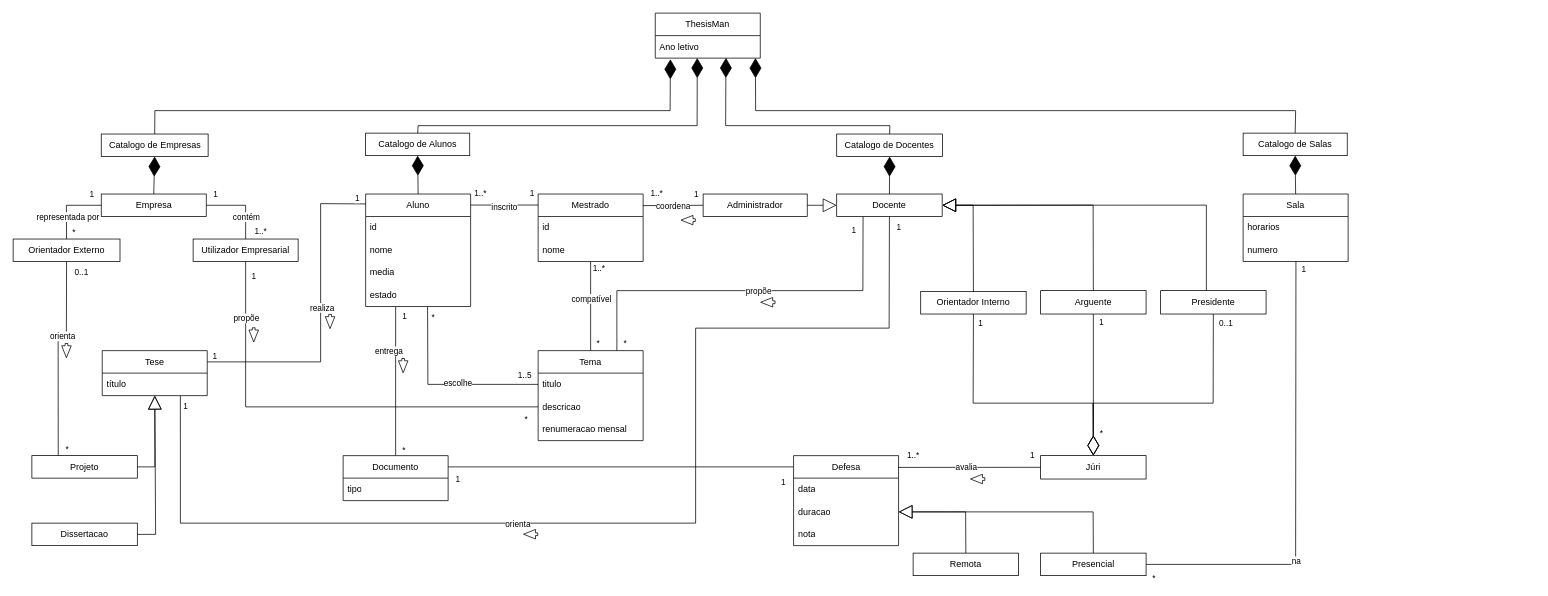
Before: docs/DomainModel.drawio in Sapientia-PT/thesisman, a draw.io diagram. Source tidied: cells renumbered, new cells numbered last; positions are measured from the earlier drawing's top-left corner, leaving out a move shared by most shapes. Both pictures are drawn from the tidied source at 75%, with x=0, y=0 at pixel (13, 13).
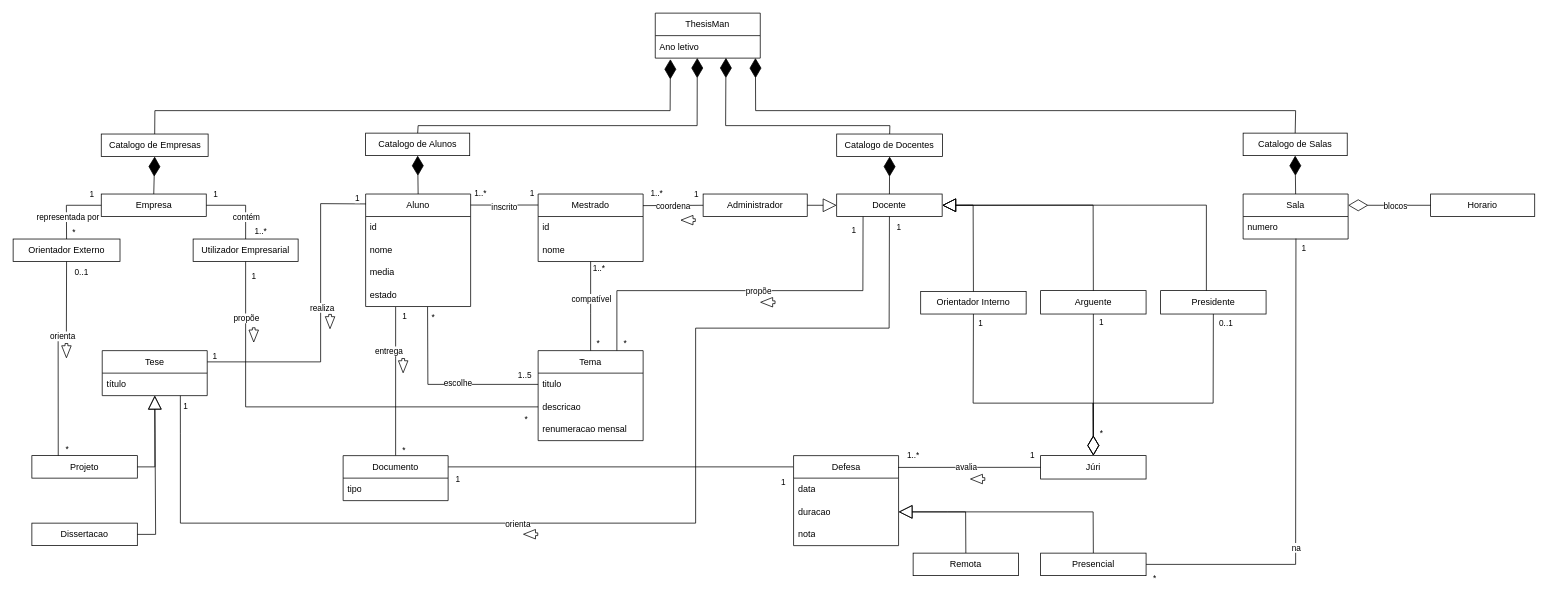
The same page after the edit.

Commit message (it also covers changes not shown here):
Restructured CD and updated DM with 'Horario'

Diff of the diagram source:
```diff
@@
     <mxCell id="56" value="Sala" style="swimlane;fontStyle=0;horizontal=1;startSize=30;whiteSpace=wrap;html=1;" parent="1" vertex="1">
-      <mxGeometry x="1640" y="241.2" width="140" height="90" as="geometry" />
+      <mxGeometry x="1640" y="241.2" width="140" height="60" as="geometry" />
     </mxCell>
-    <mxCell id="57" value="horarios" style="text;strokeColor=none;fillColor=none;align=left;verticalAlign=middle;spacingLeft=4;spacingRight=4;overflow=hidden;whiteSpace=wrap;html=1;" parent="56" vertex="1">
-      <mxGeometry y="30" width="140" height="30" as="geometry" />
-    </mxCell>
     <mxCell id="58" value="numero" style="text;strokeColor=none;fillColor=none;align=left;verticalAlign=middle;spacingLeft=4;spacingRight=4;overflow=hidden;points=[[0,0.5],[1,0.5]];portConstraint=eastwest;whiteSpace=wrap;html=1;" parent="56" vertex="1">
-      <mxGeometry y="60" width="140" height="30" as="geometry" />
+      <mxGeometry y="30" width="140" height="30" as="geometry" />
     </mxCell>
@@
+    <mxCell id="134" value="Horario" style="whiteSpace=wrap;html=1;" parent="1" vertex="1">
+      <mxGeometry x="1890" y="241.2" width="138.8" height="30" as="geometry" />
+    </mxCell>
+    <mxCell id="135" style="endArrow=diamondThin;endFill=0;endSize=24;html=1;rounded=0;exitX=0;exitY=0.5;exitDx=0;exitDy=0;entryX=1;entryY=0.25;entryDx=0;entryDy=0;" parent="1" edge="1" source="134" target="56">
+      <mxGeometry relative="1" as="geometry" />
+    </mxCell>
+    <mxCell id="136" value="blocos" style="edgeLabel;html=1;align=center;verticalAlign=middle;" parent="135" vertex="1">
+      <mxGeometry x="-0.13" y="1" relative="1" as="geometry" />
+    </mxCell>
```
